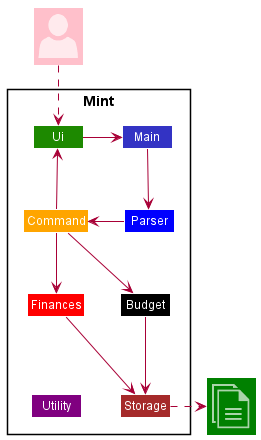
Above: docs/images/ArchitectureDiagram.png in yanjia1777/tp (PlantUML), before the change.
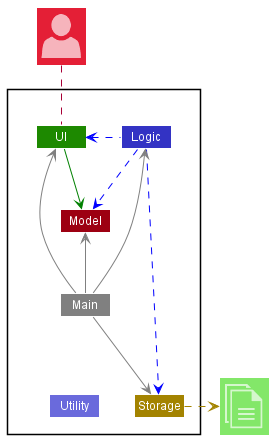
Above is the later version.

Commit message:
updated architecture diagram

Change to the diagram source:
```diff
@@ -1,32 +1,33 @@
 @startuml
+!include <office/Concepts/globe_internet>
 !include <office/Concepts/documents>
 !include <office/Users/user>
-!include Style.puml
+!include style.puml
 
-Package "Mint"<<Rectangle>>{
-    Class Ui UI_COLOR
-    Class Main LOGIC_COLOR
-    Class Parser #blue
-    Class Storage #brown
-    Class Command #orange
-    Class Finances #red
-    Class Budget #black
-    Class Utility #purple
+Package " "<<Rectangle>>{
+    Class UI UI_COLOR
+    Class Logic LOGIC_COLOR
+    Class Storage STORAGE_COLOR
+    Class Model MODEL_COLOR
+    Class Main #grey
+    Class Utility LOGIC_COLOR_T2
 }
 
-Class "<$user>" as User #pink
-Class "<$documents>" as File #green
+Class "<$user>" as User MODEL_COLOR_T2
+Class "<$documents>" as File UI_COLOR_T1
 
-User ..> Ui
-Ui -right-> Main
-Main -down-> Parser
-Parser -right-> Command
-Command -down-> Finances
-Command -down-> Budget
-Command --> Ui
-Finances -down-> Storage
-Budget -down-> Storage
-Finances -[hidden]->Utility
-Storage .right>File
 
+Logic ..left[#blue]> UI
+Logic ..[#blue]-> Storage
+Logic ..[#blue]> Model
+UI -down[#green]-> Model
+Main -[#grey]-> UI
+Main -[#grey]-> Logic
+Main -[#grey]-> Storage
+Main -up[#grey]-> Model
+Main -down[hidden]-> Utility
+
+
+Storage .right[STORAGE_COLOR].>File
+User ..down UI
 @enduml
```
